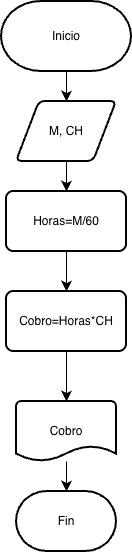
The draw.io diagram Diagrama de flujo/ejercicio_2.4_JoseIgnaciodrawio.png in josecontrerasu-bit/jicu, before a commit. Source tidied: cells renumbered, new cells last; positions are measured from the earlier drawing's top-left corner, leaving out a move shared by most shapes.
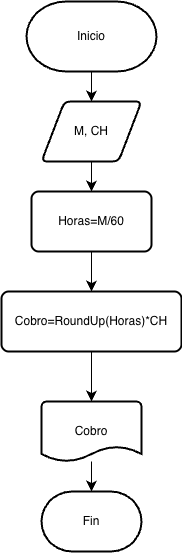
Above is the later version.

The edit, as a diff of the source:
```diff
@@ -23,8 +23,8 @@
     <mxCell id="8" style="edgeStyle=none;curved=1;rounded=0;jettySize=auto;html=1;fontSize=12;startSize=8;endSize=8;" parent="1" edge="1" source="9" target="11">
       <mxGeometry relative="1" as="geometry" />
     </mxCell>
-    <mxCell id="9" value="Cobro=Horas*CH" style="whiteSpace=wrap;html=1;strokeWidth=2;rounded=1;arcSize=12;" parent="1" vertex="1">
-      <mxGeometry x="5" y="290" width="120" height="60" as="geometry" />
+    <mxCell id="9" value="Cobro=RoundUp(Horas)*CH" style="whiteSpace=wrap;html=1;strokeWidth=2;rounded=1;arcSize=12;" parent="1" vertex="1">
+      <mxGeometry x="-25" y="290" width="180" height="60" as="geometry" />
     </mxCell>
     <mxCell id="10" style="edgeStyle=none;curved=1;rounded=0;jettySize=auto;html=1;fontSize=12;startSize=8;endSize=8;" parent="1" edge="1" source="11" target="12">
       <mxGeometry relative="1" as="geometry" />
```
